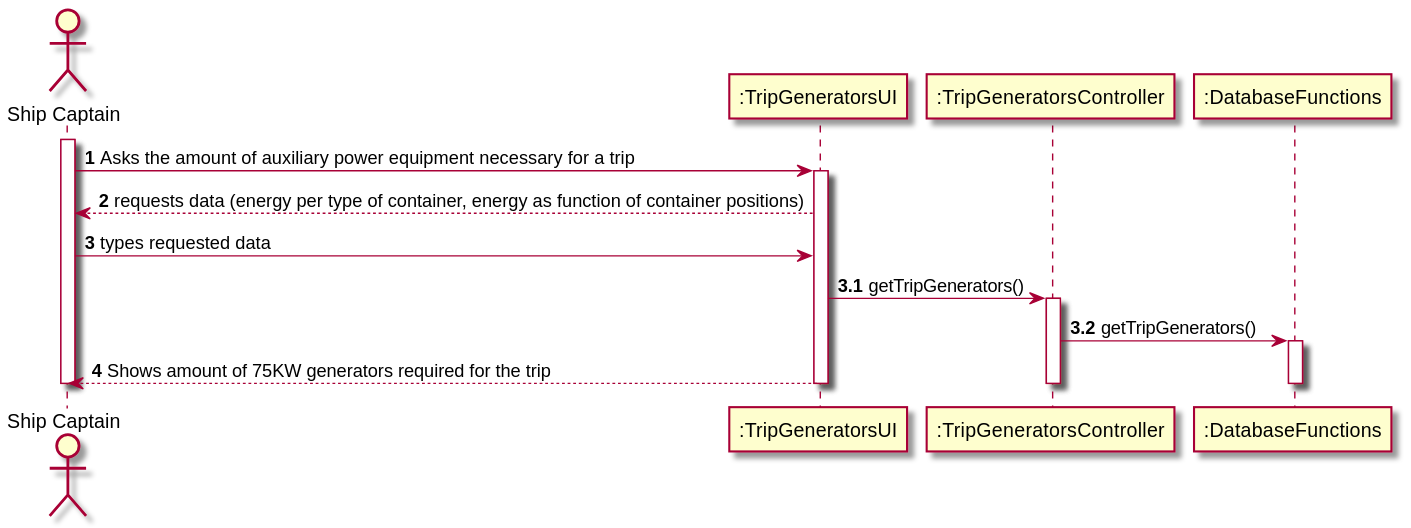
The PlantUML diagram docs/Sprint 4/US/US415/US415_SD.svg in 1190772/LAB-Project-3, before a commit.
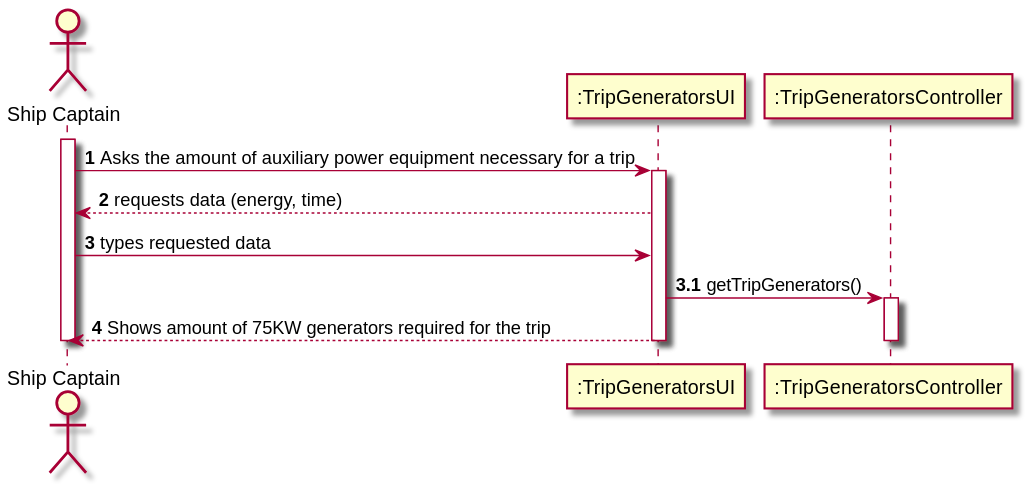
Later version of the same file.

The edit, as a diff of the source:
```diff
@@ -6,13 +6,12 @@
 
 participant ":TripGeneratorsUI" as UI
 participant ":TripGeneratorsController" as CTRL
-participant ":DatabaseFunctions" as TRIPS
 
 activate SP
 SP -> UI : Asks the amount of auxiliary power equipment necessary for a trip
 
 activate UI
-UI --> SP : requests data (energy per type of container, energy as function of container positions)
+UI --> SP : requests data (energy, time)
 
 SP -> UI : types requested data
 
@@ -21,14 +20,10 @@
 UI -> CTRL : getTripGenerators()
 activate CTRL
 
-CTRL -> TRIPS : getTripGenerators()
-activate TRIPS
-
 autonumber 4
 
 UI --> SP : Shows amount of 75KW generators required for the trip
 
-deactivate TRIPS
 deactivate CTRL
 deactivate UI
 deactivate SP
```
